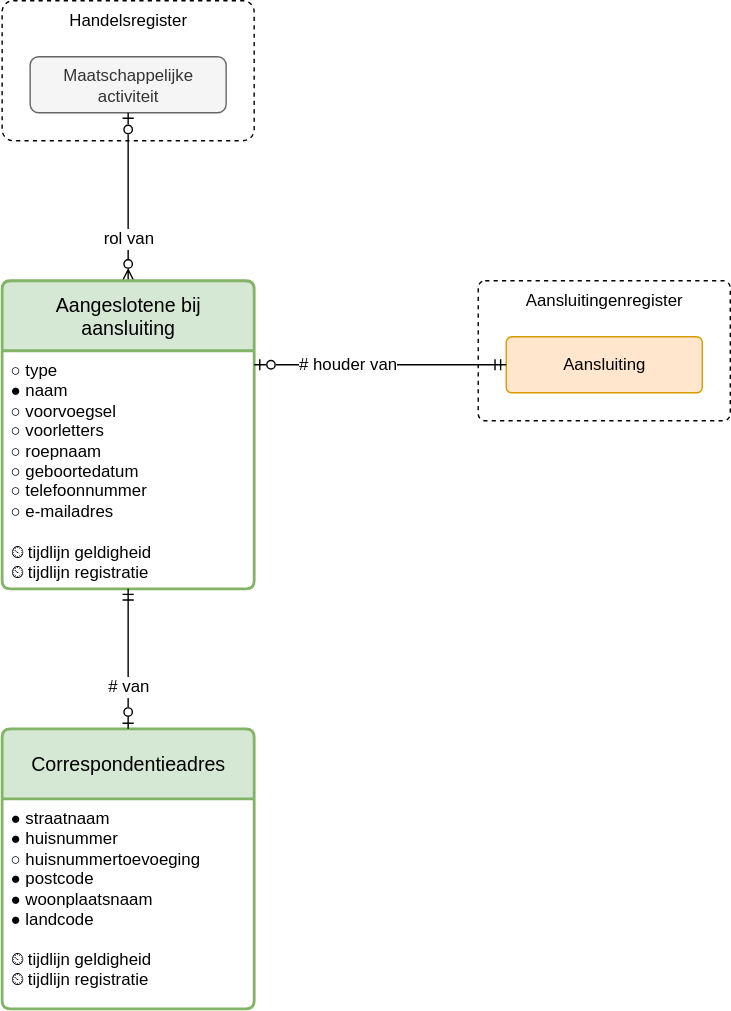
The draw.io diagram modellen/registers/aangeslotenenregister/1.0.0/model.drawio.svg in sefanja/nbnl-conceptuele-informatiemodellen, before a commit. Source tidied: cells renumbered, new cells last; positions are measured from the earlier drawing's top-left corner, leaving out a move shared by most shapes.
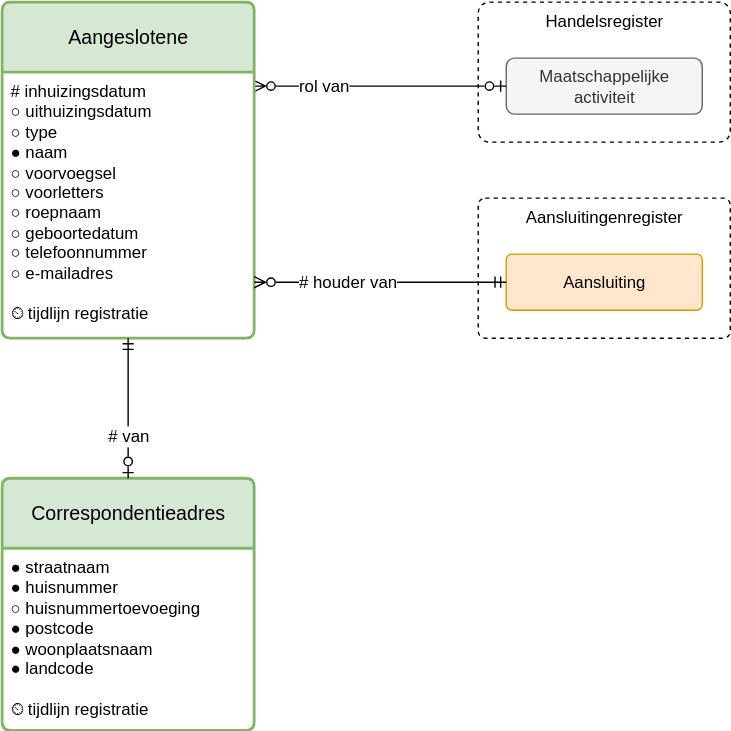
Above is the later version.

What changed in the source:
```diff
@@ -3,36 +3,36 @@
     <mxCell id="0" />
     <mxCell id="1" parent="0" />
     <mxCell id="2" value="Handelsregister" style="rounded=1;whiteSpace=wrap;html=1;verticalAlign=top;dashed=1;arcSize=8;" parent="1" vertex="1">
-      <mxGeometry width="180" height="100" as="geometry" />
+      <mxGeometry x="340" y="200" width="180" height="100" as="geometry" />
     </mxCell>
     <mxCell id="3" value="Aansluitingenregister" style="rounded=1;whiteSpace=wrap;html=1;verticalAlign=top;dashed=1;arcSize=5;" parent="1" vertex="1">
-      <mxGeometry x="340" y="200" width="180" height="100" as="geometry" />
+      <mxGeometry x="340" y="340" width="180" height="100" as="geometry" />
     </mxCell>
     <mxCell id="4" value="Maatschappelijke activiteit" style="rounded=1;whiteSpace=wrap;html=1;fillColor=#f5f5f5;fontColor=#333333;strokeColor=#666666;" parent="1" vertex="1">
-      <mxGeometry x="20" y="40" width="140" height="40" as="geometry" />
+      <mxGeometry x="360" y="240" width="140" height="40" as="geometry" />
     </mxCell>
-    <mxCell id="5" value="rol van" style="fontSize=12;html=1;endArrow=ERzeroToOne;startArrow=ERzeroToMany;rounded=0;endFill=0;startFill=0;elbow=vertical;align=center;" parent="1" edge="1" source="6" target="4">
-      <mxGeometry x="-0.5" relative="1" as="geometry" />
+    <mxCell id="5" value="rol van" style="fontSize=12;html=1;endArrow=ERzeroToOne;startArrow=ERzeroToMany;rounded=0;endFill=0;startFill=0;elbow=vertical;align=left;edgeStyle=elbowEdgeStyle;" parent="1" edge="1" source="6" target="4">
+      <mxGeometry x="-0.67" relative="1" as="geometry" />
     </mxCell>
-    <mxCell id="6" value="&lt;div&gt;&lt;span style=&quot;background-color: transparent; color: light-dark(rgb(0, 0, 0), rgb(255, 255, 255));&quot;&gt;Aangeslotene bij aansluiting&lt;/span&gt;&lt;/div&gt;" style="swimlane;horizontal=1;startSize=50;rounded=1;fontSize=14;fontStyle=0;strokeWidth=2;shadow=0;dashed=0;align=center;arcSize=4;whiteSpace=wrap;html=1;fillColor=#d5e8d4;strokeColor=#82b366;spacing=4;" parent="1" vertex="1">
-      <mxGeometry y="200" width="180" height="220" as="geometry" />
+    <mxCell id="6" value="&lt;div&gt;&lt;span style=&quot;background-color: transparent; color: light-dark(rgb(0, 0, 0), rgb(255, 255, 255));&quot;&gt;Aangeslotene&lt;/span&gt;&lt;/div&gt;" style="swimlane;horizontal=1;startSize=50;rounded=1;fontSize=14;fontStyle=0;strokeWidth=2;shadow=0;dashed=0;align=center;arcSize=4;whiteSpace=wrap;html=1;fillColor=#d5e8d4;strokeColor=#82b366;spacing=4;" parent="1" vertex="1">
+      <mxGeometry y="200" width="180" height="240" as="geometry" />
     </mxCell>
-    <mxCell id="7" value="&lt;div&gt;○ type&lt;/div&gt;&lt;div&gt;● naam&lt;/div&gt;&lt;div&gt;&lt;div&gt;&lt;span style=&quot;background-color: transparent; color: light-dark(rgb(0, 0, 0), rgb(255, 255, 255));&quot;&gt;○ voorvoegsel&lt;/span&gt;&lt;/div&gt;&lt;/div&gt;&lt;div&gt;○ voorletters&lt;/div&gt;&lt;div&gt;○ roepnaam&lt;/div&gt;&lt;div&gt;○ geboortedatum&lt;/div&gt;&lt;div&gt;&lt;span style=&quot;background-color: transparent; color: light-dark(rgb(0, 0, 0), rgb(255, 255, 255));&quot;&gt;○ telefoonnummer&lt;/span&gt;&lt;/div&gt;&lt;div&gt;&lt;div&gt;○ e-mailadres&lt;/div&gt;&lt;/div&gt;&lt;div&gt;&lt;br&gt;&lt;/div&gt;&lt;div&gt;⏲ tijdlijn geldigheid&lt;/div&gt;&lt;div&gt;⏲ tijdlijn registratie&lt;/div&gt;" style="align=left;strokeColor=none;fillColor=none;spacingLeft=4;spacingRight=4;fontSize=12;verticalAlign=top;html=1;whiteSpace=wrap;" parent="6" vertex="1">
-      <mxGeometry y="50" width="180" height="170" as="geometry" />
+    <mxCell id="7" value="&lt;div&gt;&lt;span style=&quot;background-color: transparent; color: light-dark(rgb(0, 0, 0), rgb(255, 255, 255));&quot;&gt;# inhuizingsdatum&lt;/span&gt;&lt;/div&gt;&lt;div&gt;○ uithuizingsdatum&lt;span style=&quot;background-color: transparent; color: light-dark(rgb(0, 0, 0), rgb(255, 255, 255));&quot;&gt;&lt;/span&gt;&lt;/div&gt;&lt;div&gt;&lt;span style=&quot;background-color: transparent; color: light-dark(rgb(0, 0, 0), rgb(255, 255, 255));&quot;&gt;○ type&lt;/span&gt;&lt;/div&gt;&lt;div&gt;● naam&lt;/div&gt;&lt;div&gt;&lt;div&gt;&lt;span style=&quot;background-color: transparent; color: light-dark(rgb(0, 0, 0), rgb(255, 255, 255));&quot;&gt;○ voorvoegsel&lt;/span&gt;&lt;/div&gt;&lt;/div&gt;&lt;div&gt;○ voorletters&lt;/div&gt;&lt;div&gt;○ roepnaam&lt;/div&gt;&lt;div&gt;○ geboortedatum&lt;/div&gt;&lt;div&gt;&lt;span style=&quot;background-color: transparent; color: light-dark(rgb(0, 0, 0), rgb(255, 255, 255));&quot;&gt;○ telefoonnummer&lt;/span&gt;&lt;/div&gt;&lt;div&gt;&lt;div&gt;○ e-mailadres&lt;/div&gt;&lt;/div&gt;&lt;div&gt;&lt;br&gt;&lt;/div&gt;&lt;div&gt;&lt;span style=&quot;background-color: transparent; color: light-dark(rgb(0, 0, 0), rgb(255, 255, 255));&quot;&gt;⏲ tijdlijn registratie&lt;/span&gt;&lt;/div&gt;" style="align=left;strokeColor=none;fillColor=none;spacingLeft=4;spacingRight=4;fontSize=12;verticalAlign=top;html=1;whiteSpace=wrap;" parent="6" vertex="1">
+      <mxGeometry y="50" width="180" height="190" as="geometry" />
     </mxCell>
     <mxCell id="8" value="&lt;div&gt;Correspondentieadres&lt;/div&gt;" style="swimlane;horizontal=1;startSize=50;rounded=1;fontSize=14;fontStyle=0;strokeWidth=2;shadow=0;dashed=0;align=center;arcSize=4;whiteSpace=wrap;html=1;fillColor=#d5e8d4;strokeColor=#82b366;" parent="1" vertex="1">
-      <mxGeometry y="520" width="180" height="200" as="geometry" />
+      <mxGeometry y="540" width="180" height="180" as="geometry" />
     </mxCell>
-    <mxCell id="9" value="&lt;div&gt;&lt;span style=&quot;background-color: transparent; color: light-dark(rgb(0, 0, 0), rgb(255, 255, 255));&quot;&gt;●&lt;/span&gt;&amp;nbsp;straatnaam&lt;/div&gt;&lt;div&gt;&lt;span style=&quot;background-color: transparent; color: light-dark(rgb(0, 0, 0), rgb(255, 255, 255));&quot;&gt;●&lt;/span&gt;&amp;nbsp;huisnummer&lt;/div&gt;&lt;div&gt;○ huisnummertoevoeging&lt;/div&gt;&lt;div&gt;&lt;span style=&quot;background-color: transparent; color: light-dark(rgb(0, 0, 0), rgb(255, 255, 255));&quot;&gt;●&lt;/span&gt;&amp;nbsp;postcode&lt;/div&gt;&lt;div&gt;&lt;span style=&quot;background-color: transparent; color: light-dark(rgb(0, 0, 0), rgb(255, 255, 255));&quot;&gt;●&lt;/span&gt;&amp;nbsp;woonplaatsnaam&lt;/div&gt;&lt;div&gt;&lt;span style=&quot;background-color: transparent; color: light-dark(rgb(0, 0, 0), rgb(255, 255, 255));&quot;&gt;●&lt;/span&gt;&amp;nbsp;landcode&lt;/div&gt;&lt;div&gt;&lt;br&gt;&lt;/div&gt;&lt;div&gt;⏲ tijdlijn geldigheid&lt;/div&gt;&lt;div&gt;⏲ tijdlijn registratie&lt;/div&gt;" style="align=left;strokeColor=none;fillColor=none;spacingLeft=4;spacingRight=4;fontSize=12;verticalAlign=top;html=1;whiteSpace=wrap;" parent="8" vertex="1">
-      <mxGeometry y="50" width="180" height="150" as="geometry" />
+    <mxCell id="9" value="&lt;div&gt;&lt;span style=&quot;background-color: transparent; color: light-dark(rgb(0, 0, 0), rgb(255, 255, 255));&quot;&gt;●&lt;/span&gt;&amp;nbsp;straatnaam&lt;/div&gt;&lt;div&gt;&lt;span style=&quot;background-color: transparent; color: light-dark(rgb(0, 0, 0), rgb(255, 255, 255));&quot;&gt;●&lt;/span&gt;&amp;nbsp;huisnummer&lt;/div&gt;&lt;div&gt;○ huisnummertoevoeging&lt;/div&gt;&lt;div&gt;&lt;span style=&quot;background-color: transparent; color: light-dark(rgb(0, 0, 0), rgb(255, 255, 255));&quot;&gt;●&lt;/span&gt;&amp;nbsp;postcode&lt;/div&gt;&lt;div&gt;&lt;span style=&quot;background-color: transparent; color: light-dark(rgb(0, 0, 0), rgb(255, 255, 255));&quot;&gt;●&lt;/span&gt;&amp;nbsp;woonplaatsnaam&lt;/div&gt;&lt;div&gt;&lt;span style=&quot;background-color: transparent; color: light-dark(rgb(0, 0, 0), rgb(255, 255, 255));&quot;&gt;●&lt;/span&gt;&amp;nbsp;landcode&lt;/div&gt;&lt;div&gt;&lt;br&gt;&lt;/div&gt;&lt;div&gt;&lt;span style=&quot;background-color: transparent; color: light-dark(rgb(0, 0, 0), rgb(255, 255, 255));&quot;&gt;⏲ tijdlijn registratie&lt;/span&gt;&lt;/div&gt;" style="align=left;strokeColor=none;fillColor=none;spacingLeft=4;spacingRight=4;fontSize=12;verticalAlign=top;html=1;whiteSpace=wrap;" parent="8" vertex="1">
+      <mxGeometry y="50" width="180" height="130" as="geometry" />
     </mxCell>
     <mxCell id="10" value="# van" style="edgeStyle=elbowEdgeStyle;fontSize=12;html=1;endArrow=ERmandOne;startArrow=ERzeroToOne;rounded=0;endFill=0;startFill=0;align=center;" parent="1" edge="1" source="8" target="6">
       <mxGeometry x="-0.4" relative="1" as="geometry" />
     </mxCell>
     <mxCell id="11" value="Aansluiting" style="rounded=1;arcSize=10;whiteSpace=wrap;html=1;align=center;fillColor=#ffe6cc;strokeColor=#d79b00;" parent="1" vertex="1">
-      <mxGeometry x="360" y="240" width="140" height="40" as="geometry" />
+      <mxGeometry x="360" y="380" width="140" height="40" as="geometry" />
     </mxCell>
-    <mxCell id="12" value="#&amp;nbsp;&lt;span style=&quot;background-color: light-dark(#ffffff, var(--ge-dark-color, #121212)); color: light-dark(rgb(0, 0, 0), rgb(255, 255, 255));&quot;&gt;houder van&lt;/span&gt;" style="edgeStyle=elbowEdgeStyle;fontSize=12;html=1;endArrow=ERmandOne;startArrow=ERzeroToOne;rounded=0;endFill=0;startFill=0;elbow=vertical;align=left;" parent="1" edge="1" source="6" target="11">
+    <mxCell id="12" value="#&amp;nbsp;&lt;span style=&quot;background-color: light-dark(#ffffff, var(--ge-dark-color, #121212)); color: light-dark(rgb(0, 0, 0), rgb(255, 255, 255));&quot;&gt;houder van&lt;/span&gt;" style="edgeStyle=elbowEdgeStyle;fontSize=12;html=1;endArrow=ERmandOne;startArrow=ERzeroToMany;rounded=0;endFill=0;startFill=0;elbow=vertical;align=left;" parent="1" edge="1" source="6" target="11">
       <mxGeometry x="-0.67" relative="1" as="geometry" />
     </mxCell>
   </root>
```
